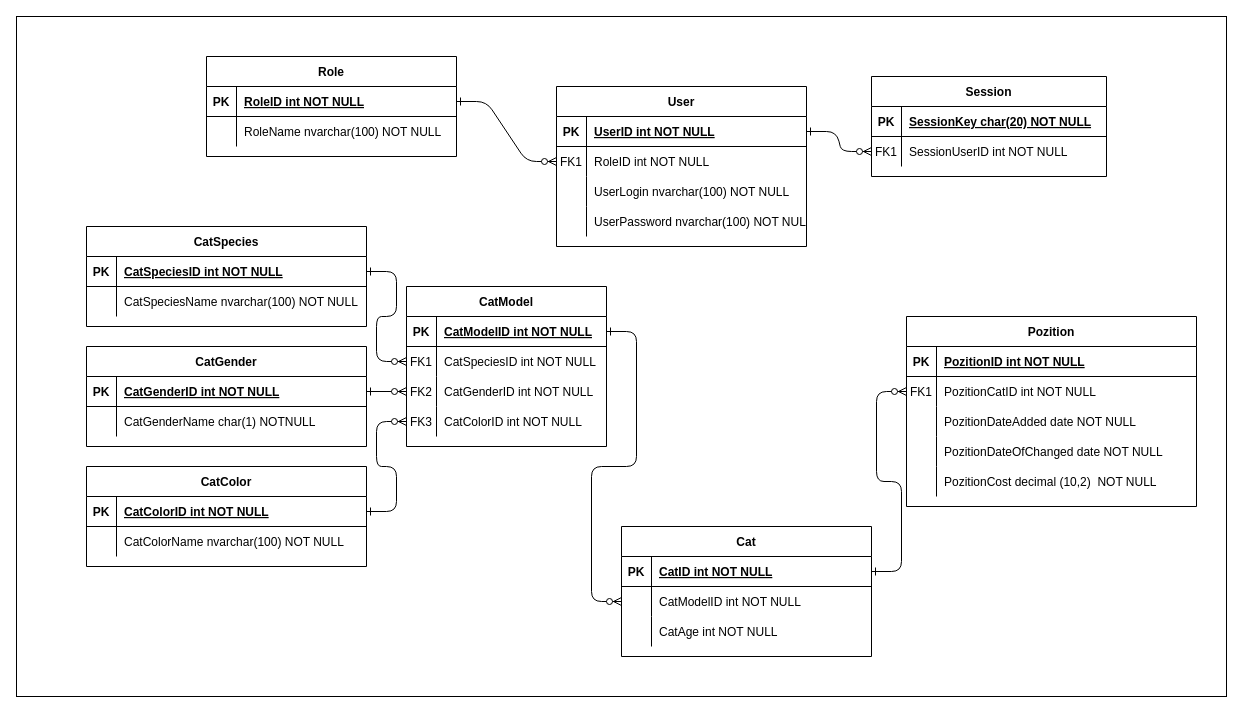
Above: page "Диаграмма базы данных" (1 of 8) of Магазин котиков.drawio in AntonSidorov1/InterShipOooOmega (draw.io), before the change. Source tidied: cells renumbered, new cells numbered last; positions are measured from the earlier drawing's top-left corner, leaving out a move shared by most shapes. Both pictures are drawn from the tidied source at 100%, with x=0, y=0 at pixel (16, 16).
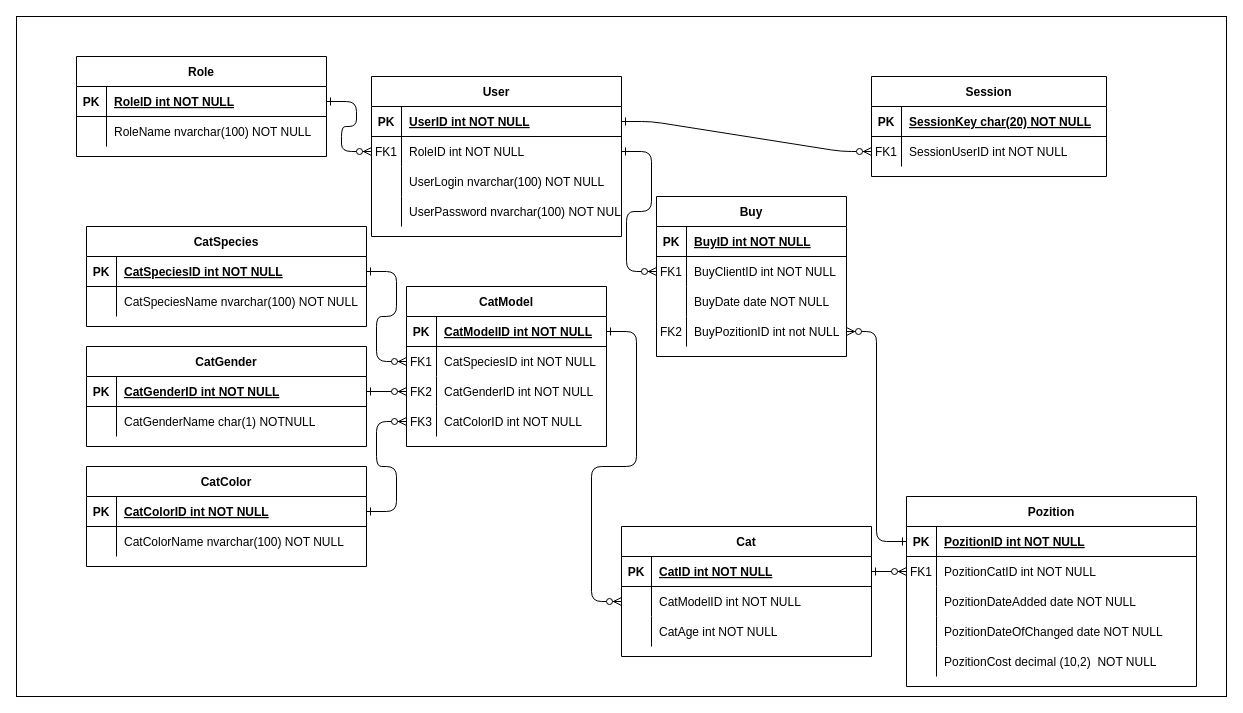
After the change.

The change refers to these unchanged cells:
```xml
<mxCell id="8" style="shape=partialRectangle;fillColor=none;points=[[0,0.5],[1,0.5]];portConstraint=eastwest;top=0;left=0;right=0;bottom=0;" parent="4" vertex="1">
  <mxGeometry y="60" width="250" height="30" as="geometry" />
</mxCell>
<mxCell id="18" style="shape=partialRectangle;fillColor=none;points=[[0,0.5],[1,0.5]];portConstraint=eastwest;top=0;left=0;right=0;bottom=1;" parent="17" vertex="1">
  <mxGeometry y="30" width="290" height="30" as="geometry" />
</mxCell>
```

What changed in the source:
```diff
@@
     <mxCell id="4" value="User" style="shape=table;startSize=30;childLayout=tableLayout;rowLines=0;fontStyle=1;align=center;" parent="1" vertex="1">
-      <mxGeometry x="540" y="70" width="250" height="160" as="geometry" />
+      <mxGeometry x="355" y="60" width="250" height="160" as="geometry" />
     </mxCell>
@@
     <mxCell id="17" value="Pozition" style="shape=table;startSize=30;childLayout=tableLayout;rowLines=0;fontStyle=1;align=center;" parent="1" vertex="1">
-      <mxGeometry x="890" y="300" width="290" height="190" as="geometry" />
+      <mxGeometry x="890" y="480" width="290" height="190" as="geometry" />
     </mxCell>
@@
     <mxCell id="33" value="Role" style="shape=table;startSize=30;childLayout=tableLayout;rowLines=0;fontStyle=1;align=center;" parent="1" vertex="1">
-      <mxGeometry x="190" y="40" width="250" height="100" as="geometry" />
+      <mxGeometry x="60" y="40" width="250" height="100" as="geometry" />
     </mxCell>
@@
+    <mxCell id="97" value="Buy" style="shape=table;startSize=30;childLayout=tableLayout;rowLines=0;fontStyle=1;align=center;" parent="1" vertex="1">
+      <mxGeometry x="640" y="180" width="190" height="160" as="geometry" />
+    </mxCell>
+    <mxCell id="98" style="shape=partialRectangle;fillColor=none;top=0;left=0;right=0;bottom=1;" parent="97" vertex="1">
+      <mxGeometry y="30" width="190" height="30" as="geometry" />
+    </mxCell>
+    <mxCell id="99" value="PK" style="shape=partialRectangle;overflow=hidden;fillColor=none;top=0;left=0;bottom=0;right=0;fontStyle=1;" parent="98" vertex="1">
+      <mxGeometry width="30" height="30" as="geometry" />
+    </mxCell>
+    <mxCell id="100" value="BuyID int NOT NULL " style="shape=partialRectangle;overflow=hidden;fillColor=none;top=0;left=0;bottom=0;right=0;align=left;spacingLeft=6;fontStyle=5;" parent="98" vertex="1">
+      <mxGeometry x="30" width="160" height="30" as="geometry" />
+    </mxCell>
+    <mxCell id="101" style="shape=partialRectangle;fillColor=none;points=[[0,0.5],[1,0.5]];portConstraint=eastwest;top=0;left=0;right=0;bottom=0;" parent="97" vertex="1">
+      <mxGeometry y="60" width="190" height="30" as="geometry" />
+    </mxCell>
+    <mxCell id="102" value="FK1" style="shape=partialRectangle;overflow=hidden;fillColor=none;top=0;left=0;bottom=0;right=0;" parent="101" vertex="1">
+      <mxGeometry width="30" height="30" as="geometry" />
+    </mxCell>
+    <mxCell id="103" value="BuyClientID int NOT NULL" style="shape=partialRectangle;overflow=hidden;fillColor=none;top=0;left=0;bottom=0;right=0;align=left;spacingLeft=6;" parent="101" vertex="1">
+      <mxGeometry x="30" width="160" height="30" as="geometry" />
+    </mxCell>
+    <mxCell id="104" style="shape=partialRectangle;fillColor=none;top=0;left=0;right=0;bottom=0;" parent="97" vertex="1">
+      <mxGeometry y="90" width="190" height="30" as="geometry" />
+    </mxCell>
+    <mxCell id="105" style="shape=partialRectangle;overflow=hidden;fillColor=none;top=0;left=0;bottom=0;right=0;" parent="104" vertex="1">
+      <mxGeometry width="30" height="30" as="geometry" />
+    </mxCell>
+    <mxCell id="106" value="BuyDate date NOT NULL" style="shape=partialRectangle;overflow=hidden;fillColor=none;top=0;left=0;bottom=0;right=0;align=left;spacingLeft=6;" parent="104" vertex="1">
+      <mxGeometry x="30" width="160" height="30" as="geometry" />
+    </mxCell>
+    <mxCell id="107" style="shape=partialRectangle;fillColor=none;points=[[0,0.5],[1,0.5]];portConstraint=eastwest;top=0;left=0;right=0;bottom=0;" parent="97" vertex="1">
+      <mxGeometry y="120" width="190" height="30" as="geometry" />
+    </mxCell>
+    <mxCell id="108" value="FK2" style="shape=partialRectangle;overflow=hidden;fillColor=none;top=0;left=0;bottom=0;right=0;" parent="107" vertex="1">
+      <mxGeometry width="30" height="30" as="geometry" />
+    </mxCell>
+    <mxCell id="109" value="BuyPozitionID int not NULL" style="shape=partialRectangle;overflow=hidden;fillColor=none;top=0;left=0;bottom=0;right=0;align=left;spacingLeft=6;" parent="107" vertex="1">
+      <mxGeometry x="30" width="160" height="30" as="geometry" />
+    </mxCell>
+    <mxCell id="110" style="edgeStyle=entityRelationEdgeStyle;endArrow=ERzeroToMany;startArrow=ERone;endFill=1;startFill=0;entryX=0;entryY=0.5;entryDx=0;entryDy=0;exitX=1;exitY=0.5;exitDx=0;exitDy=0;" parent="1" edge="1" source="8" target="101">
+      <mxGeometry relative="1" as="geometry" />
+    </mxCell>
+    <mxCell id="111" style="edgeStyle=entityRelationEdgeStyle;endArrow=ERzeroToMany;startArrow=ERone;endFill=1;startFill=0;entryX=1;entryY=0.5;entryDx=0;entryDy=0;" parent="1" edge="1" source="18" target="107">
+      <mxGeometry relative="1" as="geometry" />
+    </mxCell>
```
